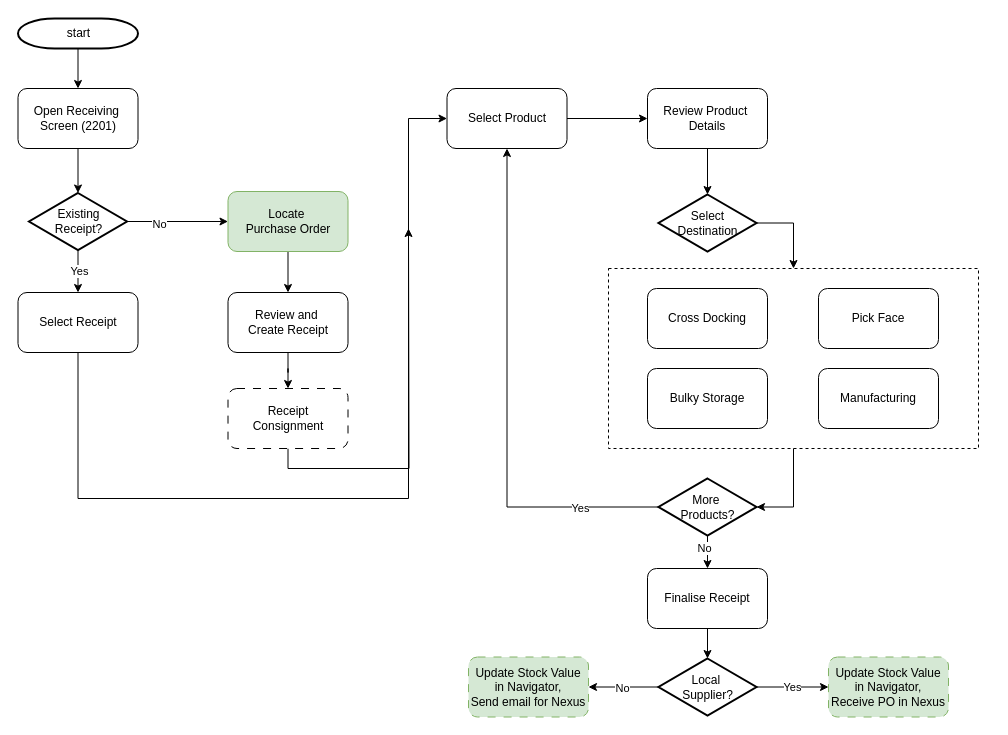
This is Receiving.drawio from ZTomChen/NavigatorFlowcharts, a draw.io file, before an edit. Source tidied: cells renumbered, new cells numbered last; positions are measured from the earlier drawing's top-left corner, leaving out a move shared by most shapes. Both pictures are drawn from the tidied source at 100%, with x=0, y=0 at pixel (18, 18).
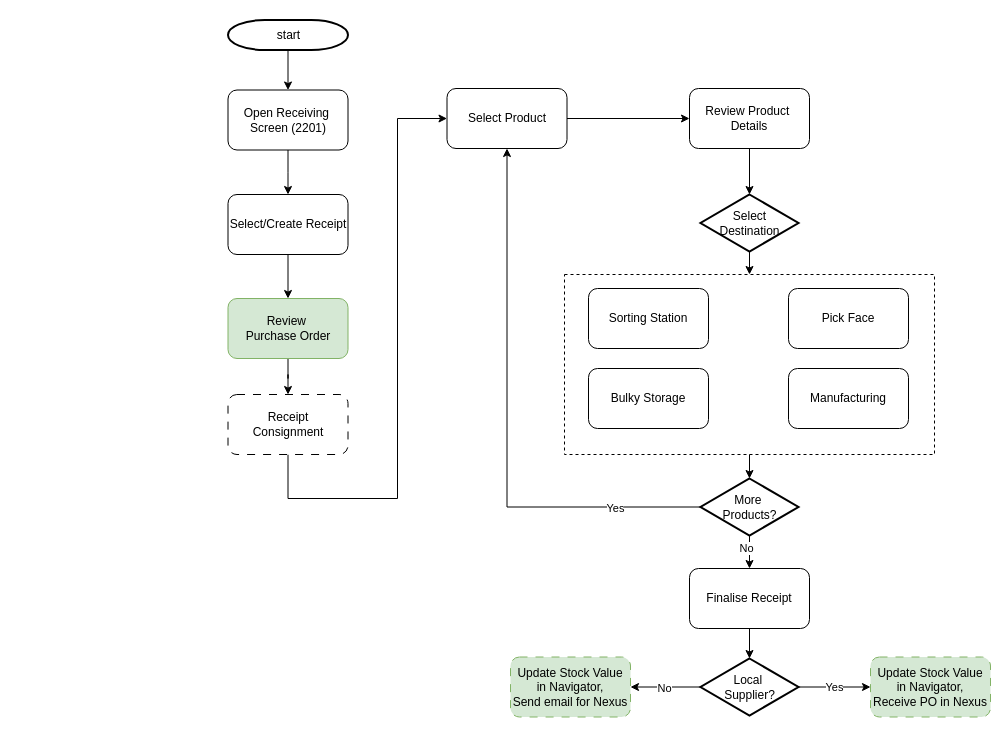
Above is the later version.

Unchanged cells that the change refers to:
```xml
<mxCell id="29" value="&lt;span style=&quot;text-wrap-mode: nowrap;&quot;&gt;Select Product&lt;/span&gt;" style="rounded=1;whiteSpace=wrap;html=1;" parent="1" vertex="1">
  <mxGeometry x="428.5" y="70" width="120" height="60" as="geometry" />
</mxCell>
```

Change to the diagram source:
```diff
@@
     <mxCell id="3" value="start" style="shape=mxgraph.flowchart.terminator;strokeWidth=2;gradientColor=none;gradientDirection=north;fontStyle=0;html=1;" parent="1" vertex="1">
-      <mxGeometry x="-0.5" width="120" height="30" as="geometry" />
+      <mxGeometry x="209.5" y="1.5" width="120" height="30" as="geometry" />
     </mxCell>
-    <mxCell id="4" style="edgeStyle=orthogonalEdgeStyle;rounded=0;jettySize=auto;html=1;" parent="1" edge="1" source="8" target="20">
-      <mxGeometry relative="1" as="geometry" />
-    </mxCell>
-    <mxCell id="5" value="Yes" style="edgeLabel;html=1;align=center;verticalAlign=middle;" parent="4" vertex="1">
-      <mxGeometry x="-0.04" y="1" relative="1" as="geometry">
-        <mxPoint y="1" as="offset" />
-      </mxGeometry>
-    </mxCell>
-    <mxCell id="6" style="edgeStyle=orthogonalEdgeStyle;rounded=0;jettySize=auto;html=1;" parent="1" edge="1" source="8" target="18">
-      <mxGeometry relative="1" as="geometry" />
-    </mxCell>
-    <mxCell id="7" value="No" style="edgeLabel;html=1;align=center;verticalAlign=middle;" parent="6" vertex="1">
-      <mxGeometry x="-0.36" y="-2" relative="1" as="geometry" />
-    </mxCell>
-    <mxCell id="8" value="Existing&lt;div&gt;Receipt?&lt;/div&gt;" style="shape=mxgraph.flowchart.decision;strokeWidth=2;gradientColor=none;gradientDirection=north;fontStyle=0;html=1;" parent="1" vertex="1">
-      <mxGeometry x="10.5" y="174.5" width="98" height="57" as="geometry" />
-    </mxCell>
-    <mxCell id="9" style="edgeStyle=orthogonalEdgeStyle;rounded=0;jettySize=auto;html=1;exitX=1;exitY=0.5;exitDx=0;exitDy=0;exitPerimeter=0;" parent="1" edge="1" source="10" target="36">
+    <mxCell id="9" style="edgeStyle=orthogonalEdgeStyle;rounded=0;jettySize=auto;html=1;exitX=0.5;exitY=1;exitDx=0;exitDy=0;exitPerimeter=0;entryX=0.5;entryY=0;entryDx=0;entryDy=0;" parent="1" edge="1" source="10" target="36">
       <mxGeometry relative="1" as="geometry" />
     </mxCell>
     <mxCell id="10" value="Select&lt;div&gt;Destination&lt;/div&gt;" style="shape=mxgraph.flowchart.decision;strokeWidth=2;gradientColor=none;gradientDirection=north;fontStyle=0;html=1;" parent="1" vertex="1">
-      <mxGeometry x="640" y="176" width="98" height="57" as="geometry" />
+      <mxGeometry x="682" y="176" width="98" height="57" as="geometry" />
     </mxCell>
-    <mxCell id="11" style="edgeStyle=orthogonalEdgeStyle;rounded=0;jettySize=auto;html=1;" parent="1" edge="1" source="12" target="8">
-      <mxGeometry relative="1" as="geometry" />
+    <mxCell id="11" style="edgeStyle=orthogonalEdgeStyle;rounded=0;jettySize=auto;html=1;" parent="1" edge="1" source="12">
+      <mxGeometry relative="1" as="geometry">
+        <mxPoint x="269.5" y="176" as="targetPoint" />
+      </mxGeometry>
     </mxCell>
     <mxCell id="12" value="&lt;span style=&quot;text-wrap-mode: nowrap;&quot;&gt;Open Receiving&amp;nbsp;&lt;/span&gt;&lt;div style=&quot;text-wrap-mode: nowrap;&quot;&gt;Screen (2201)&lt;/div&gt;" style="rounded=1;whiteSpace=wrap;html=1;" parent="1" vertex="1">
-      <mxGeometry x="-0.5" y="70" width="120" height="60" as="geometry" />
+      <mxGeometry x="209.5" y="71.5" width="120" height="60" as="geometry" />
     </mxCell>
-    <mxCell id="13" style="edgeStyle=orthogonalEdgeStyle;rounded=0;jettySize=auto;html=1;exitX=0.5;exitY=1;exitDx=0;exitDy=0;" parent="1" edge="1" source="14">
+    <mxCell id="13" style="edgeStyle=orthogonalEdgeStyle;rounded=0;jettySize=auto;html=1;exitX=0.5;exitY=1;exitDx=0;exitDy=0;entryX=0;entryY=0.5;entryDx=0;entryDy=0;" parent="1" edge="1" source="14" target="29">
       <mxGeometry relative="1" as="geometry">
-        <mxPoint x="390" y="210" as="targetPoint" />
+        <Array as="points">
+          <mxPoint x="270" y="480" />
+          <mxPoint x="379" y="480" />
+          <mxPoint x="379" y="100" />
+        </Array>
       </mxGeometry>
     </mxCell>
     <mxCell id="14" value="&lt;span style=&quot;text-wrap-mode: nowrap;&quot;&gt;Receipt&lt;/span&gt;&lt;div style=&quot;text-wrap-mode: nowrap;&quot;&gt;Consignment&lt;/div&gt;" style="rounded=1;whiteSpace=wrap;html=1;dashed=1;dashPattern=8 8;" parent="1" vertex="1">
-      <mxGeometry x="209.5" y="370" width="120" height="60" as="geometry" />
+      <mxGeometry x="209.5" y="376" width="120" height="60" as="geometry" />
     </mxCell>
@@
-    <mxCell id="16" value="&lt;span style=&quot;text-wrap-mode: nowrap;&quot;&gt;Review and&amp;nbsp;&lt;/span&gt;&lt;div style=&quot;text-wrap-mode: nowrap;&quot;&gt;Create Receipt&lt;/div&gt;" style="rounded=1;whiteSpace=wrap;html=1;" parent="1" vertex="1">
-      <mxGeometry x="209.5" y="274" width="120" height="60" as="geometry" />
+    <mxCell id="16" value="&lt;span style=&quot;text-wrap-mode: nowrap;&quot;&gt;Review&amp;nbsp;&lt;/span&gt;&lt;div&gt;&lt;span style=&quot;text-wrap-mode: nowrap;&quot;&gt;Purchase Order&lt;/span&gt;&lt;/div&gt;" style="rounded=1;whiteSpace=wrap;html=1;fillColor=#d5e8d4;strokeColor=#82b366;" parent="1" vertex="1">
+      <mxGeometry x="209.5" y="280" width="120" height="60" as="geometry" />
     </mxCell>
-    <mxCell id="17" style="edgeStyle=orthogonalEdgeStyle;rounded=0;jettySize=auto;html=1;" parent="1" edge="1" source="18" target="16">
-      <mxGeometry relative="1" as="geometry" />
-    </mxCell>
-    <mxCell id="18" value="&lt;span style=&quot;text-wrap-mode: nowrap;&quot;&gt;Locate&amp;nbsp;&lt;/span&gt;&lt;div style=&quot;text-wrap-mode: nowrap;&quot;&gt;Purchase Order&lt;/div&gt;" style="rounded=1;whiteSpace=wrap;html=1;fillColor=#d5e8d4;strokeColor=#82b366;" parent="1" vertex="1">
-      <mxGeometry x="209.5" y="173" width="120" height="60" as="geometry" />
-    </mxCell>
-    <mxCell id="19" style="edgeStyle=orthogonalEdgeStyle;rounded=0;jettySize=auto;html=1;exitX=0.5;exitY=1;exitDx=0;exitDy=0;entryX=0;entryY=0.5;entryDx=0;entryDy=0;" parent="1" edge="1" source="20" target="29">
-      <mxGeometry relative="1" as="geometry">
-        <Array as="points">
-          <mxPoint x="60" y="480" />
-          <mxPoint x="390" y="480" />
-          <mxPoint x="390" y="100" />
-        </Array>
-      </mxGeometry>
-    </mxCell>
+    <mxCell id="45" style="edgeStyle=orthogonalEdgeStyle;rounded=0;jettySize=auto;html=1;" parent="1" edge="1" source="20" target="16">
+      <mxGeometry relative="1" as="geometry" />
+    </mxCell>
-    <mxCell id="20" value="&lt;span style=&quot;text-wrap-mode: nowrap;&quot;&gt;Select Receipt&lt;/span&gt;" style="rounded=1;whiteSpace=wrap;html=1;" parent="1" vertex="1">
-      <mxGeometry x="-0.5" y="274" width="120" height="60" as="geometry" />
+    <mxCell id="20" value="&lt;span style=&quot;text-wrap-mode: nowrap;&quot;&gt;Select/Create Receipt&lt;/span&gt;" style="rounded=1;whiteSpace=wrap;html=1;" parent="1" vertex="1">
+      <mxGeometry x="209.5" y="176" width="120" height="60" as="geometry" />
     </mxCell>
     <mxCell id="21" style="edgeStyle=orthogonalEdgeStyle;rounded=0;jettySize=auto;html=1;exitX=0.5;exitY=1;exitDx=0;exitDy=0;entryX=0.5;entryY=0;entryDx=0;entryDy=0;" parent="1" edge="1" source="22">
       <mxGeometry relative="1" as="geometry">
-        <mxPoint x="689" y="640" as="targetPoint" />
+        <mxPoint x="731" y="640" as="targetPoint" />
       </mxGeometry>
     </mxCell>
     <mxCell id="22" value="&lt;span style=&quot;text-wrap-mode: nowrap;&quot;&gt;Finalise Receipt&lt;/span&gt;" style="rounded=1;whiteSpace=wrap;html=1;" parent="1" vertex="1">
-      <mxGeometry x="629" y="550" width="120" height="60" as="geometry" />
+      <mxGeometry x="671" y="550" width="120" height="60" as="geometry" />
     </mxCell>
     <mxCell id="23" value="&lt;span style=&quot;text-wrap-mode: nowrap;&quot;&gt;Bulky Storage&lt;/span&gt;" style="rounded=1;whiteSpace=wrap;html=1;" parent="1" vertex="1">
-      <mxGeometry x="629" y="350" width="120" height="60" as="geometry" />
+      <mxGeometry x="570" y="350" width="120" height="60" as="geometry" />
     </mxCell>
     <mxCell id="24" value="&lt;span style=&quot;text-wrap-mode: nowrap;&quot;&gt;Pick Face&lt;/span&gt;" style="rounded=1;whiteSpace=wrap;html=1;" parent="1" vertex="1">
-      <mxGeometry x="800" y="270" width="120" height="60" as="geometry" />
+      <mxGeometry x="770" y="270" width="120" height="60" as="geometry" />
     </mxCell>
-    <mxCell id="25" value="&lt;span style=&quot;text-wrap-mode: nowrap;&quot;&gt;Cross Docking&lt;/span&gt;" style="rounded=1;whiteSpace=wrap;html=1;" parent="1" vertex="1">
-      <mxGeometry x="629" y="270" width="120" height="60" as="geometry" />
+    <mxCell id="25" value="&lt;span style=&quot;text-wrap-mode: nowrap;&quot;&gt;Sorting Station&lt;/span&gt;" style="rounded=1;whiteSpace=wrap;html=1;" parent="1" vertex="1">
+      <mxGeometry x="570" y="270" width="120" height="60" as="geometry" />
     </mxCell>
@@
     <mxCell id="27" value="&lt;span style=&quot;text-wrap-mode: nowrap;&quot;&gt;Review Product&amp;nbsp;&lt;/span&gt;&lt;div style=&quot;text-wrap-mode: nowrap;&quot;&gt;Details&lt;/div&gt;" style="rounded=1;whiteSpace=wrap;html=1;" parent="1" vertex="1">
-      <mxGeometry x="629" y="70" width="120" height="60" as="geometry" />
+      <mxGeometry x="671" y="70" width="120" height="60" as="geometry" />
     </mxCell>
-    <mxCell id="28" style="edgeStyle=orthogonalEdgeStyle;rounded=0;jettySize=auto;html=1;" parent="1" edge="1" source="29" target="27">
+    <mxCell id="28" style="edgeStyle=orthogonalEdgeStyle;rounded=0;jettySize=auto;html=1;exitX=1;exitY=0.5;exitDx=0;exitDy=0;" parent="1" edge="1" source="29" target="27">
       <mxGeometry relative="1" as="geometry" />
     </mxCell>
@@
     <mxCell id="35" value="More&amp;nbsp;&lt;div&gt;Products?&lt;/div&gt;" style="shape=mxgraph.flowchart.decision;strokeWidth=2;gradientColor=none;gradientDirection=north;fontStyle=0;html=1;" parent="1" vertex="1">
-      <mxGeometry x="640" y="460" width="98" height="57" as="geometry" />
+      <mxGeometry x="682" y="460" width="98" height="57" as="geometry" />
     </mxCell>
     <mxCell id="36" style="rounded=0;whiteSpace=wrap;html=1;fillColor=none;dashed=1;" parent="1" vertex="1">
-      <mxGeometry x="590" y="250" width="370" height="180" as="geometry" />
+      <mxGeometry x="546" y="256" width="370" height="180" as="geometry" />
     </mxCell>
-    <mxCell id="37" style="edgeStyle=orthogonalEdgeStyle;rounded=0;jettySize=auto;html=1;exitX=0.5;exitY=1;exitDx=0;exitDy=0;entryX=1;entryY=0.5;entryDx=0;entryDy=0;entryPerimeter=0;" parent="1" edge="1" source="36" target="35">
-      <mxGeometry relative="1" as="geometry" />
-    </mxCell>
     <mxCell id="38" value="&lt;span style=&quot;text-wrap-mode: nowrap;&quot;&gt;Manufacturing&lt;/span&gt;" style="rounded=1;whiteSpace=wrap;html=1;" parent="1" vertex="1">
-      <mxGeometry x="800" y="350" width="120" height="60" as="geometry" />
+      <mxGeometry x="770" y="350" width="120" height="60" as="geometry" />
     </mxCell>
@@
     <mxCell id="42" value="Local&amp;nbsp;&lt;div&gt;Supplier?&lt;/div&gt;" style="shape=mxgraph.flowchart.decision;strokeWidth=2;gradientColor=none;gradientDirection=north;fontStyle=0;html=1;" parent="1" vertex="1">
-      <mxGeometry x="640" y="640" width="98" height="57" as="geometry" />
+      <mxGeometry x="682" y="640" width="98" height="57" as="geometry" />
     </mxCell>
     <mxCell id="43" value="&lt;span style=&quot;text-wrap-mode: nowrap;&quot;&gt;Update Stock Value&lt;/span&gt;&lt;div&gt;&lt;span style=&quot;text-wrap-mode: nowrap;&quot;&gt;in Navigator,&lt;/span&gt;&lt;/div&gt;&lt;div&gt;&lt;span style=&quot;text-wrap-mode: nowrap;&quot;&gt;Send email for Nexus&lt;/span&gt;&lt;/div&gt;" style="rounded=1;whiteSpace=wrap;html=1;dashed=1;dashPattern=8 8;fillColor=#d5e8d4;strokeColor=#82b366;" parent="1" vertex="1">
-      <mxGeometry x="450" y="638.5" width="120" height="60" as="geometry" />
+      <mxGeometry x="492" y="638.5" width="120" height="60" as="geometry" />
     </mxCell>
     <mxCell id="44" value="&lt;span style=&quot;text-wrap-mode: nowrap;&quot;&gt;Update Stock Value&lt;/span&gt;&lt;div&gt;&lt;span style=&quot;text-wrap-mode: nowrap;&quot;&gt;in Navigator,&lt;/span&gt;&lt;/div&gt;&lt;div&gt;&lt;span style=&quot;text-wrap-mode: nowrap;&quot;&gt;Receive PO in Nexus&lt;/span&gt;&lt;/div&gt;" style="rounded=1;whiteSpace=wrap;html=1;dashed=1;dashPattern=8 8;fillColor=#d5e8d4;strokeColor=#82b366;" parent="1" vertex="1">
-      <mxGeometry x="810" y="638.5" width="120" height="60" as="geometry" />
+      <mxGeometry x="852" y="638.5" width="120" height="60" as="geometry" />
     </mxCell>
+    <mxCell id="37" style="edgeStyle=orthogonalEdgeStyle;rounded=0;jettySize=auto;html=1;exitX=0.5;exitY=1;exitDx=0;exitDy=0;entryX=0.5;entryY=0;entryDx=0;entryDy=0;entryPerimeter=0;" parent="1" edge="1" source="36" target="35">
+      <mxGeometry relative="1" as="geometry" />
+    </mxCell>
```
